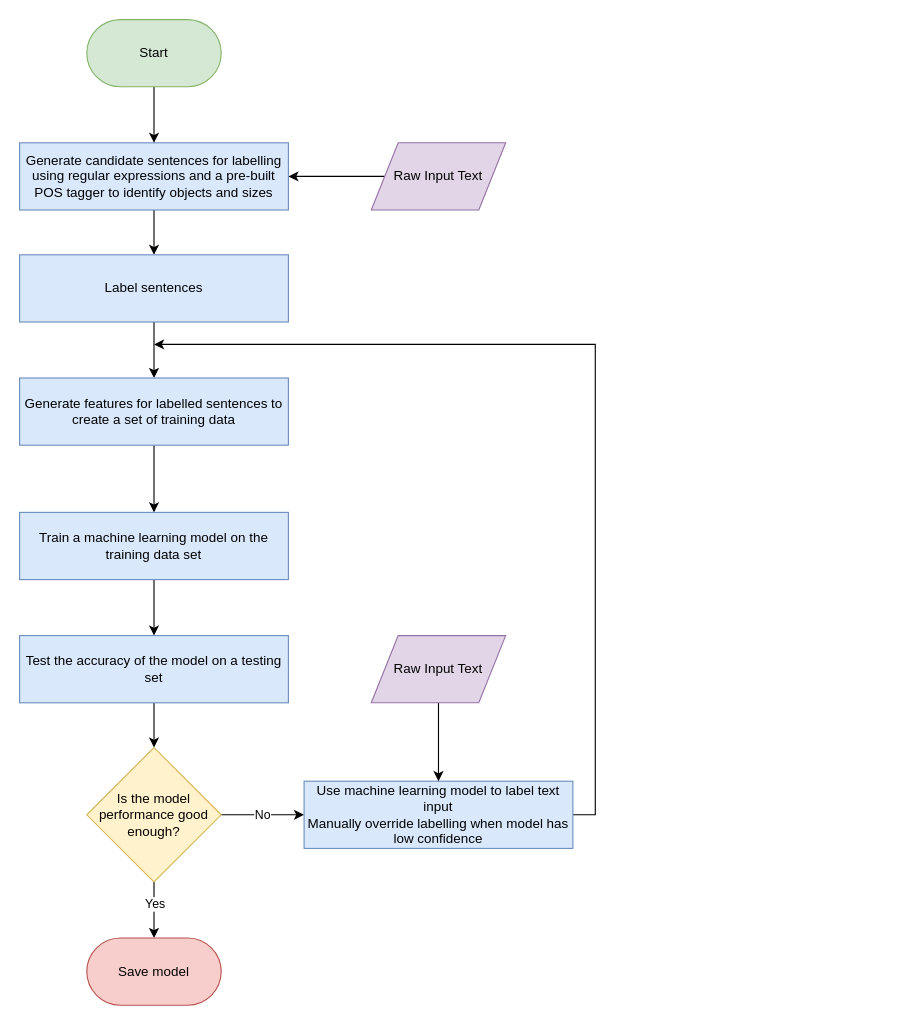
alex742/SizeMatters keeps this draw.io diagram as ModelFlowDiagram.drawio. Above is the earlier version. Source tidied: cells renumbered, new cells numbered last; positions are measured from the earlier drawing's top-left corner, leaving out a move shared by most shapes. Both pictures are drawn from the tidied source at 112%, with x=0, y=0 at pixel (19, 19).
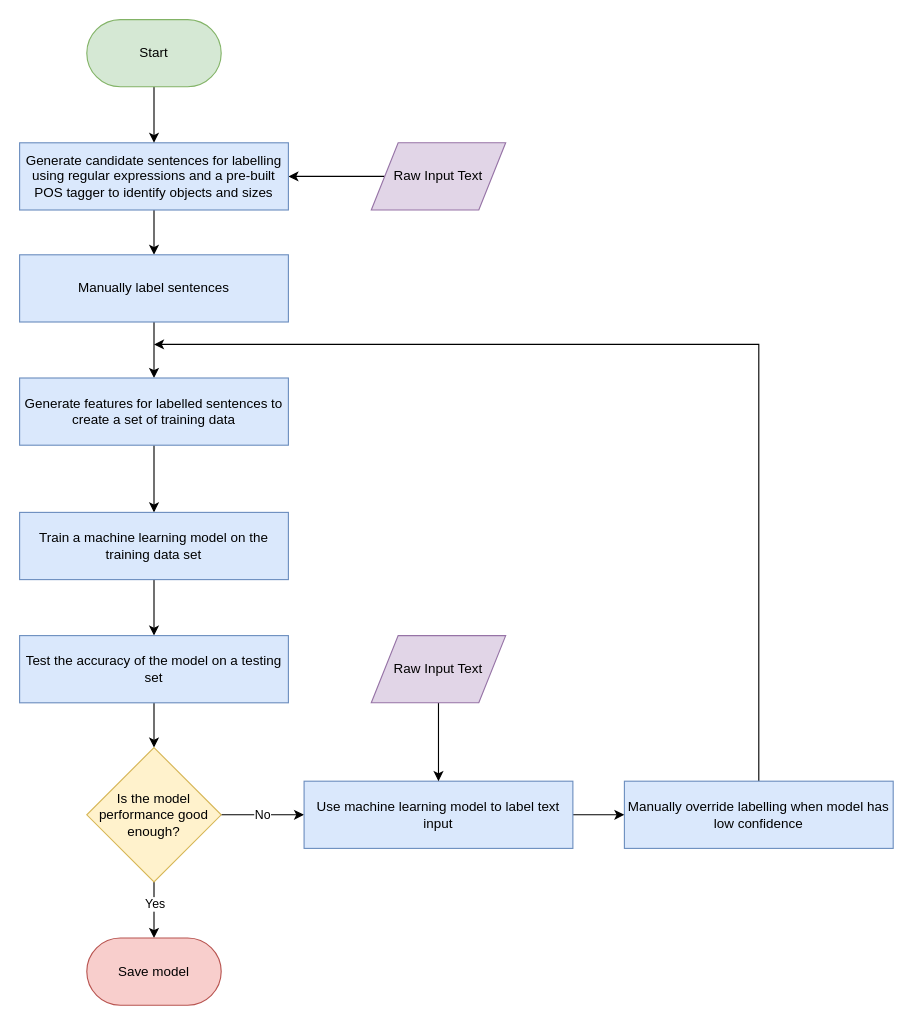
After the change.

Diff of the diagram source:
```diff
@@
-    <mxCell id="7" value="Label sentences" style="rounded=0;whiteSpace=wrap;html=1;fillColor=#dae8fc;strokeColor=#6c8ebf;" parent="1" vertex="1">
+    <mxCell id="7" value="Manually label sentences" style="rounded=0;whiteSpace=wrap;html=1;fillColor=#dae8fc;strokeColor=#6c8ebf;" parent="1" vertex="1">
       <mxGeometry y="210" width="240" height="60" as="geometry" />
     </mxCell>
@@
-    <mxCell id="18" style="edgeStyle=orthogonalEdgeStyle;rounded=0;jettySize=auto;html=1;exitX=1;exitY=0.5;exitDx=0;exitDy=0;" parent="1" edge="1" source="19">
-      <mxGeometry relative="1" as="geometry">
-        <mxPoint x="120" y="290" as="targetPoint" />
-        <Array as="points">
-          <mxPoint x="514" y="710" />
-          <mxPoint x="514" y="290" />
-        </Array>
-      </mxGeometry>
-    </mxCell>
+    <mxCell id="25" style="edgeStyle=orthogonalEdgeStyle;rounded=0;jettySize=auto;html=1;exitX=1;exitY=0.5;exitDx=0;exitDy=0;entryX=0;entryY=0.5;entryDx=0;entryDy=0;" parent="1" edge="1" source="19" target="27">
+      <mxGeometry relative="1" as="geometry" />
+    </mxCell>
-    <mxCell id="19" value="Use machine learning model to label text input&lt;br&gt;Manually override labelling when model has low confidence" style="rounded=0;whiteSpace=wrap;html=1;fillColor=#dae8fc;strokeColor=#6c8ebf;" parent="1" vertex="1">
+    <mxCell id="19" value="Use machine learning model to label text input" style="rounded=0;whiteSpace=wrap;html=1;fillColor=#dae8fc;strokeColor=#6c8ebf;" parent="1" vertex="1">
       <mxGeometry x="254" y="680" width="240" height="60" as="geometry" />
     </mxCell>
@@
+    <mxCell id="26" style="edgeStyle=orthogonalEdgeStyle;rounded=0;jettySize=auto;html=1;exitX=0.5;exitY=0;exitDx=0;exitDy=0;" parent="1" edge="1" source="27">
+      <mxGeometry relative="1" as="geometry">
+        <mxPoint x="120" y="290" as="targetPoint" />
+        <Array as="points">
+          <mxPoint x="660" y="290" />
+        </Array>
+      </mxGeometry>
+    </mxCell>
+    <mxCell id="27" value="Manually override labelling when model has low confidence" style="rounded=0;whiteSpace=wrap;html=1;fillColor=#dae8fc;strokeColor=#6c8ebf;" parent="1" vertex="1">
+      <mxGeometry x="540" y="680" width="240" height="60" as="geometry" />
+    </mxCell>
```
